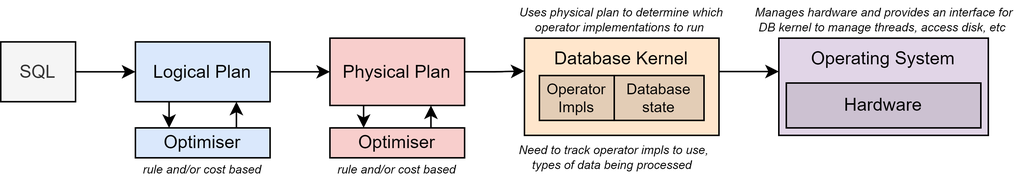
This is 60029 - Data Processing Systems/advanced_topics/images/naive_query_path.drawio.png from OliverKillane/Imperial-Computing-Notes, a draw.io export, as it was before one commit. Source tidied: cells renumbered, new cells last; positions are measured from the earlier drawing's top-left corner, leaving out a move shared by most shapes.
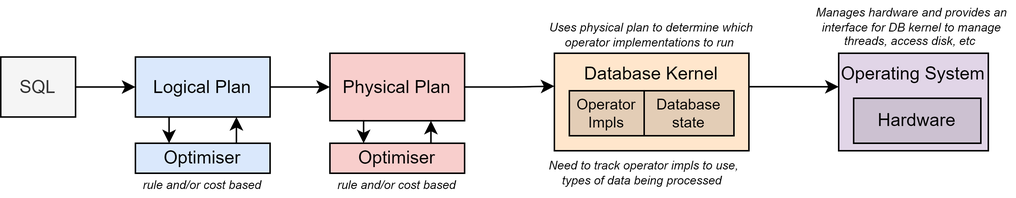
The same file after the commit.

Diff of the diagram source:
```diff
@@ -20,29 +20,20 @@
     <mxCell id="7" style="edgeStyle=orthogonalEdgeStyle;rounded=0;jettySize=auto;html=1;exitX=0.25;exitY=1;exitDx=0;exitDy=0;entryX=0.25;entryY=0;entryDx=0;entryDy=0;" parent="1" edge="1" source="9" target="15">
       <mxGeometry relative="1" as="geometry" />
     </mxCell>
-    <mxCell id="8" style="edgeStyle=orthogonalEdgeStyle;rounded=0;jettySize=auto;html=1;exitX=1;exitY=0.5;exitDx=0;exitDy=0;" parent="1" edge="1" source="9">
-      <mxGeometry relative="1" as="geometry">
-        <mxPoint x="350" y="47" as="targetPoint" />
-      </mxGeometry>
+    <mxCell id="8" style="edgeStyle=orthogonalEdgeStyle;rounded=0;jettySize=auto;html=1;exitX=1;exitY=0.5;exitDx=0;exitDy=0;entryX=0;entryY=0.338;entryDx=0;entryDy=0;entryPerimeter=0;" parent="1" edge="1" source="9" target="11">
+      <mxGeometry relative="1" as="geometry" />
     </mxCell>
     <mxCell id="9" value="Physical Plan" style="rounded=0;whiteSpace=wrap;html=1;fillColor=#f8cecc;strokeColor=#000000;" parent="1" vertex="1">
       <mxGeometry x="220" y="25" width="90" height="45" as="geometry" />
     </mxCell>
-    <mxCell id="10" style="edgeStyle=orthogonalEdgeStyle;rounded=0;orthogonalLoop=1;jettySize=auto;html=1;" parent="1" edge="1">
+    <mxCell id="10" style="edgeStyle=orthogonalEdgeStyle;rounded=0;jettySize=auto;html=1;entryX=0;entryY=0.344;entryDx=0;entryDy=0;entryPerimeter=0;" parent="1" edge="1" target="12">
       <mxGeometry relative="1" as="geometry">
         <mxPoint x="470" y="47.3" as="sourcePoint" />
-        <mxPoint x="520" y="47.3" as="targetPoint" />
       </mxGeometry>
     </mxCell>
     <mxCell id="11" value="Database Kernel" style="rounded=0;whiteSpace=wrap;html=1;verticalAlign=top;fillColor=#ffe6cc;strokeColor=#000000;" parent="1" vertex="1">
-      <mxGeometry x="350" y="25" width="130" height="65" as="geometry" />
+      <mxGeometry x="370" y="25" width="130" height="65" as="geometry" />
     </mxCell>
-    <mxCell id="12" value="Operating System" style="rounded=0;whiteSpace=wrap;html=1;verticalAlign=top;fillColor=#e1d5e7;strokeColor=#000000;" parent="1" vertex="1">
-      <mxGeometry x="520" y="25" width="140" height="65" as="geometry" />
-    </mxCell>
-    <mxCell id="13" value="Hardware" style="rounded=0;whiteSpace=wrap;html=1;verticalAlign=middle;fillColor=#CCC1D1;strokeColor=#000000;" parent="1" vertex="1">
-      <mxGeometry x="525" y="55" width="130" height="30" as="geometry" />
-    </mxCell>
     <mxCell id="14" style="edgeStyle=orthogonalEdgeStyle;rounded=0;jettySize=auto;html=1;exitX=0.75;exitY=0;exitDx=0;exitDy=0;entryX=0.75;entryY=1;entryDx=0;entryDy=0;" parent="1" edge="1" source="15" target="9">
       <mxGeometry relative="1" as="geometry" />
     </mxCell>
@@ -62,19 +53,25 @@
       <mxGeometry x="220" y="105" width="90" height="15" as="geometry" />
     </mxCell>
     <mxCell id="20" value="Uses physical plan to determine which operator implementations to run&amp;nbsp;" style="text;html=1;strokeColor=none;fillColor=none;align=center;verticalAlign=middle;whiteSpace=wrap;rounded=0;fontSize=8;fontStyle=2;" parent="1" vertex="1">
-      <mxGeometry x="345" width="140" height="25" as="geometry" />
+      <mxGeometry x="365" width="140" height="25" as="geometry" />
     </mxCell>
     <mxCell id="21" value="Operator&lt;br style=&quot;font-size: 10px;&quot;&gt;Impls" style="rounded=0;whiteSpace=wrap;html=1;verticalAlign=middle;fontSize=10;fillColor=#E3CDB6;strokeColor=#000000;" parent="1" vertex="1">
-      <mxGeometry x="360" y="50" width="50" height="30" as="geometry" />
+      <mxGeometry x="380" y="50" width="50" height="30" as="geometry" />
     </mxCell>
     <mxCell id="22" value="Manages hardware and provides an interface for DB kernel to manage threads, access disk, etc&amp;nbsp;" style="text;html=1;strokeColor=none;fillColor=none;align=center;verticalAlign=middle;whiteSpace=wrap;rounded=0;fontSize=8;fontStyle=2;" parent="1" vertex="1">
-      <mxGeometry x="502.5" width="175" height="25" as="geometry" />
+      <mxGeometry x="540" y="-10" width="137.5" height="35" as="geometry" />
     </mxCell>
     <mxCell id="23" value="Database state" style="rounded=0;whiteSpace=wrap;html=1;verticalAlign=middle;fontSize=10;fillColor=#E3CDB6;strokeColor=#000000;" parent="1" vertex="1">
-      <mxGeometry x="410" y="50" width="60" height="30" as="geometry" />
+      <mxGeometry x="430" y="50" width="60" height="30" as="geometry" />
     </mxCell>
     <mxCell id="24" value="Need to track operator impls to use, types of data being processed&amp;nbsp;" style="text;html=1;strokeColor=none;fillColor=none;align=center;verticalAlign=middle;whiteSpace=wrap;rounded=0;fontSize=8;fontStyle=2;" parent="1" vertex="1">
-      <mxGeometry x="340" y="90" width="140" height="30" as="geometry" />
+      <mxGeometry x="360" y="90" width="140" height="30" as="geometry" />
     </mxCell>
+    <mxCell id="12" value="Operating System" style="rounded=0;whiteSpace=wrap;html=1;verticalAlign=top;fillColor=#e1d5e7;strokeColor=#000000;" parent="1" vertex="1">
+      <mxGeometry x="560" y="25" width="100" height="65" as="geometry" />
+    </mxCell>
+    <mxCell id="13" value="Hardware" style="rounded=0;whiteSpace=wrap;html=1;verticalAlign=middle;fillColor=#CCC1D1;strokeColor=#000000;" parent="1" vertex="1">
+      <mxGeometry x="570" y="55" width="85" height="30" as="geometry" />
+    </mxCell>
   </root>
 </mxGraphModel>
```
